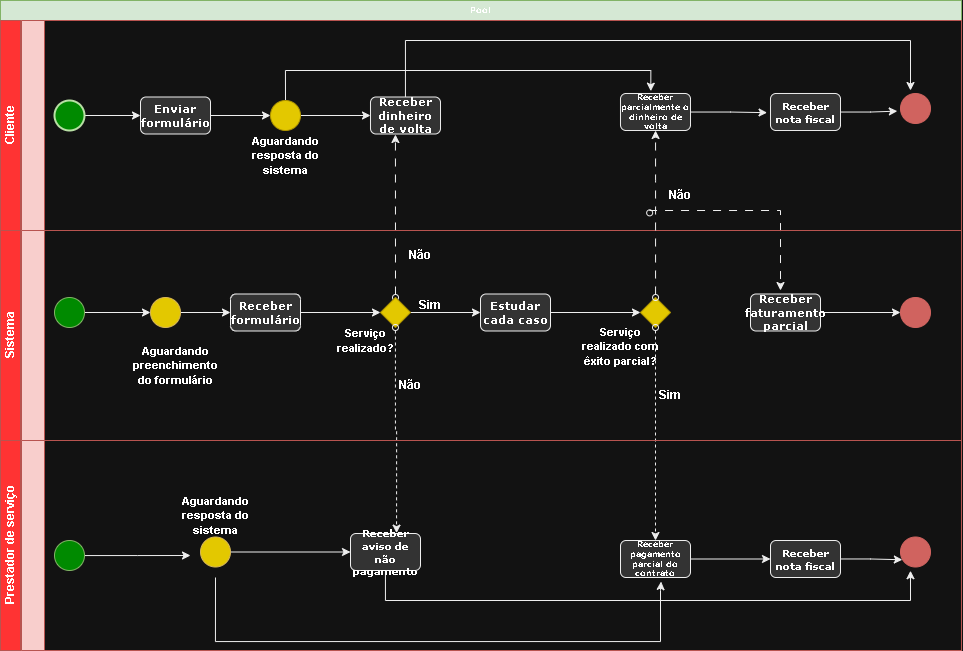
The draw.io diagram reclamacao.png in ThePlano/Projeto-CC5511---ENGENHARIA-DE-SOFTWARE, before a commit. Source tidied: cells renumbered, new cells last; positions are measured from the earlier drawing's top-left corner, leaving out a move shared by most shapes.
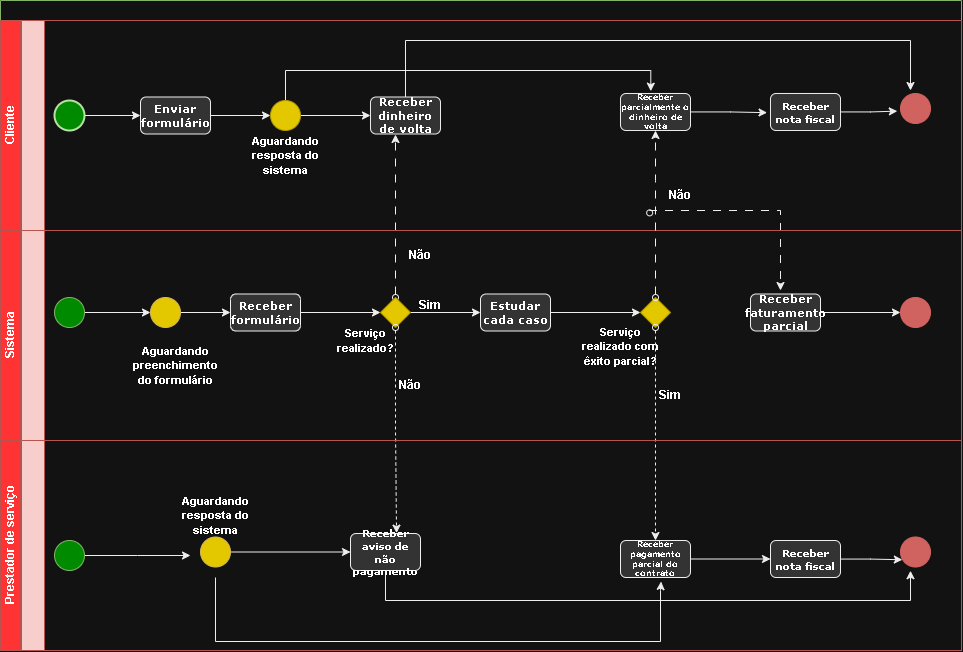
After the commit.

Change to the diagram source:
```diff
@@ -2,7 +2,7 @@
   <root>
     <mxCell id="0" />
     <mxCell id="1" parent="0" />
-    <mxCell id="2" value="Pool" style="swimlane;html=1;horizontal=1;startSize=20;rounded=0;shadow=0;labelBackgroundColor=none;strokeWidth=1;fontFamily=Verdana;fontSize=8;align=center;fillColor=#d5e8d4;strokeColor=#82b366;fontColor=#FFFFFF;fontStyle=1;" parent="1" vertex="1">
+    <mxCell id="2" value="Pool" style="swimlane;html=1;horizontal=1;startSize=20;rounded=0;shadow=0;labelBackgroundColor=none;strokeWidth=1;fontFamily=Verdana;fontSize=8;align=center;fillColor=#121212;strokeColor=#82b366;fontColor=#121212;fontStyle=1;" parent="1" vertex="1">
       <mxGeometry width="961" height="650" as="geometry" />
     </mxCell>
     <mxCell id="3" value="Cliente" style="swimlane;html=1;startSize=20;horizontal=0;fillColor=#FF3333;strokeColor=#B85450;fontColor=#FFFFFF;fontStyle=1;" parent="2" vertex="1">
```
